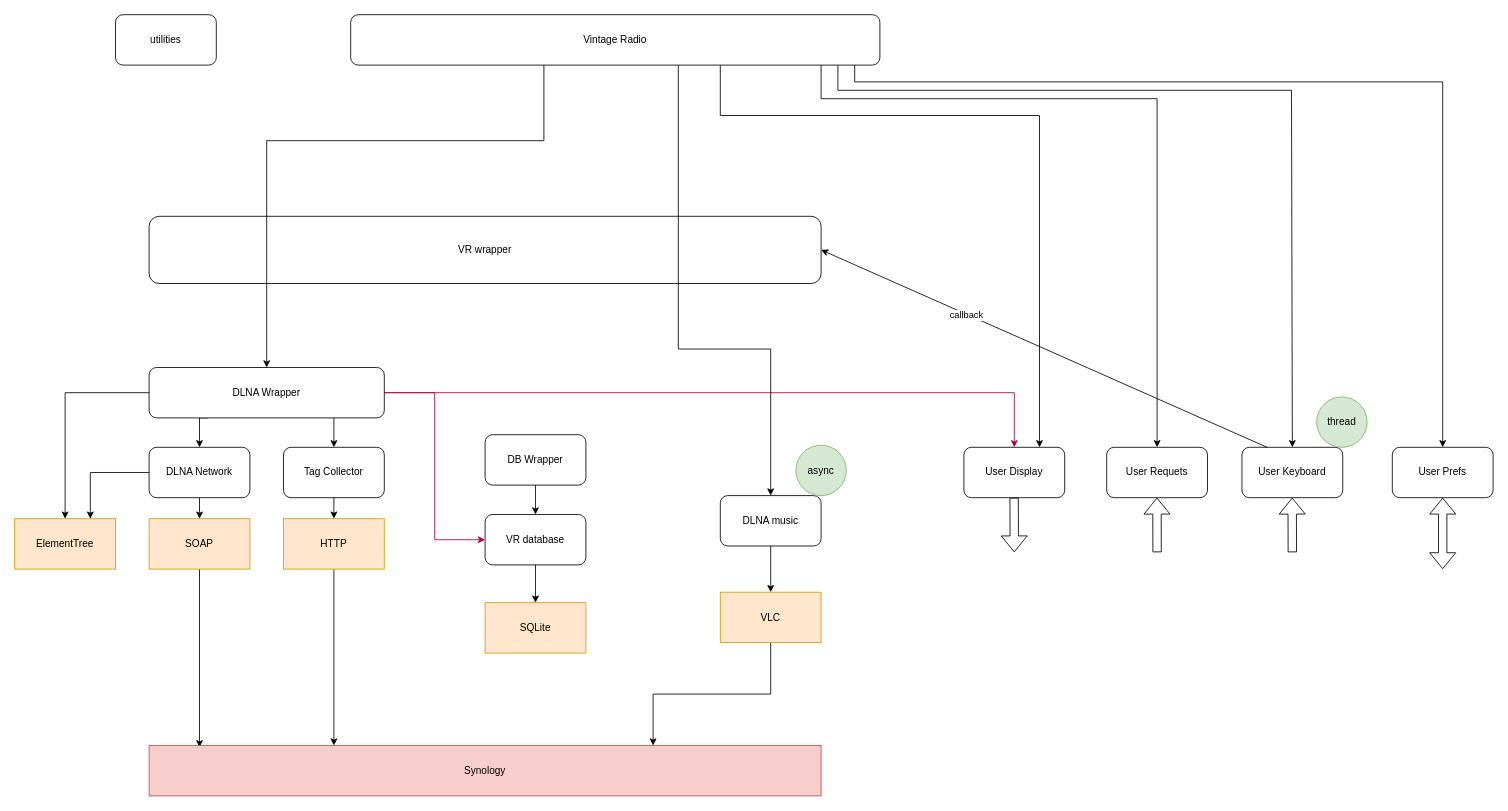
The draw.io diagram docs/classes.drawio in Sphinkie/VintageRadio, before the edit. Source tidied: cells renumbered, new cells numbered last; positions are measured from the earlier drawing's top-left corner, leaving out a move shared by most shapes. Both pictures are drawn from the tidied source at 84%, with x=0, y=0 at pixel (14, 14).
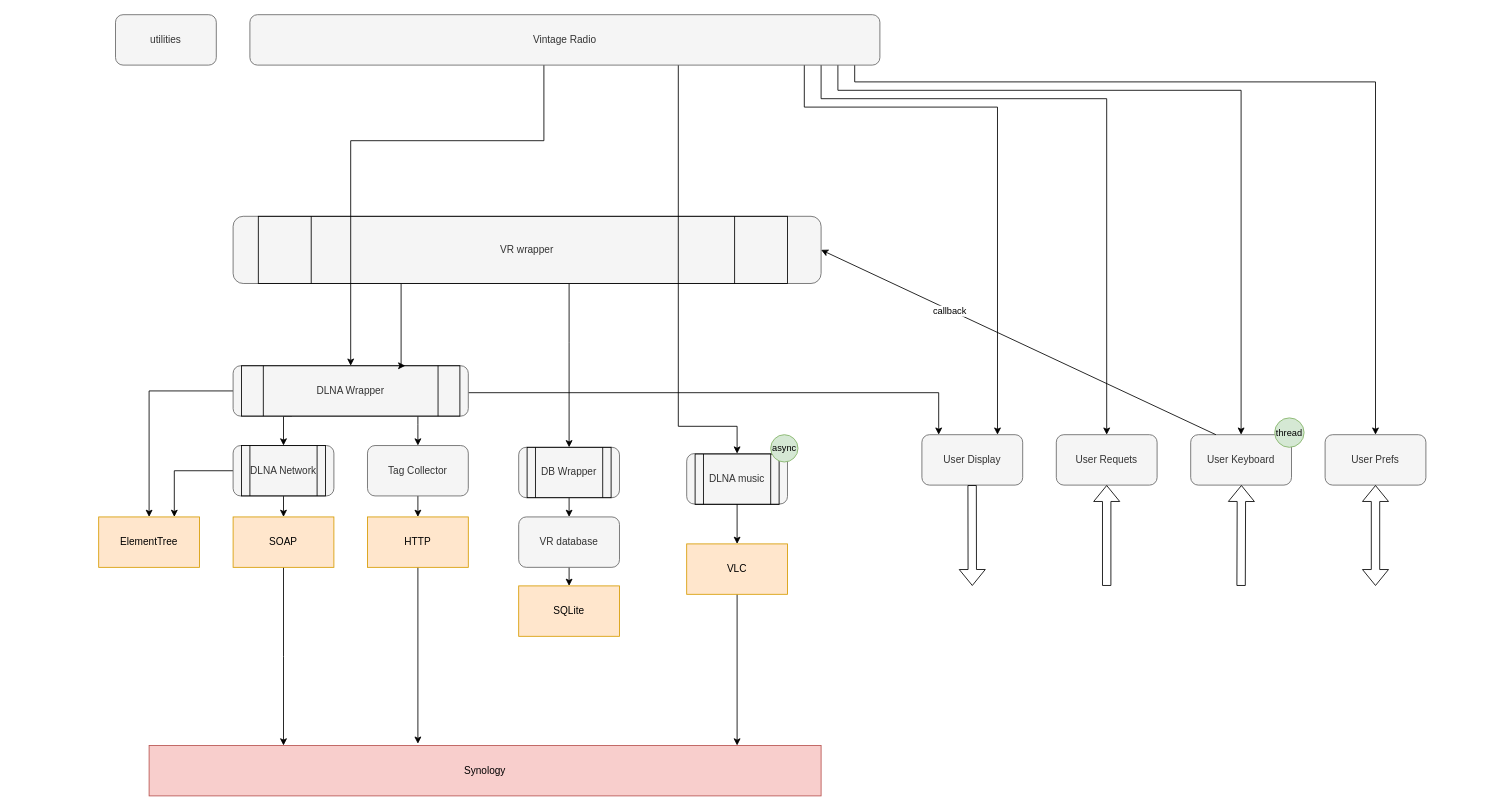
The same diagram, later.

The change refers to these unchanged cells:
```xml
<mxCell id="12" value="Synology" style="rounded=0;whiteSpace=wrap;html=1;fillColor=#f8cecc;strokeColor=#b85450;" parent="1" vertex="1">
  <mxGeometry x="160" y="870" width="800" height="60" as="geometry" />
</mxCell>
```

The edit, as a diff of the source:
```diff
@@
-    <mxCell id="2" value="utilities" style="rounded=1;whiteSpace=wrap;html=1;" parent="1" vertex="1">
+    <mxCell id="2" value="utilities" style="rounded=1;whiteSpace=wrap;html=1;fillColor=#f5f5f5;fontColor=#333333;strokeColor=#666666;" parent="1" vertex="1">
       <mxGeometry x="120" width="120" height="60" as="geometry" />
     </mxCell>
@@
-    <mxCell id="4" value="VR database" style="rounded=1;whiteSpace=wrap;html=1;" parent="1" vertex="1">
-      <mxGeometry x="560" y="595" width="120" height="60" as="geometry" />
+    <mxCell id="4" value="VR database" style="rounded=1;whiteSpace=wrap;html=1;fillColor=#f5f5f5;fontColor=#333333;strokeColor=#666666;" parent="1" vertex="1">
+      <mxGeometry x="600" y="597.9" width="120" height="60" as="geometry" />
     </mxCell>
-    <mxCell id="5" value="User Requets" style="rounded=1;whiteSpace=wrap;html=1;" parent="1" vertex="1">
-      <mxGeometry x="1300" y="515" width="120" height="60" as="geometry" />
+    <mxCell id="5" value="User Requets" style="rounded=1;whiteSpace=wrap;html=1;fillColor=#f5f5f5;fontColor=#333333;strokeColor=#666666;" parent="1" vertex="1">
+      <mxGeometry x="1240" y="500" width="120" height="60" as="geometry" />
     </mxCell>
     <mxCell id="6" value="SQLite" style="rounded=0;whiteSpace=wrap;html=1;fillColor=#ffe6cc;strokeColor=#d79b00;" parent="1" vertex="1">
-      <mxGeometry x="560" y="700" width="120" height="60" as="geometry" />
+      <mxGeometry x="600" y="680" width="120" height="60" as="geometry" />
     </mxCell>
@@
-    <mxCell id="9" value="DLNA Network" style="rounded=1;whiteSpace=wrap;html=1;" parent="1" vertex="1">
-      <mxGeometry x="160" y="515" width="120" height="60" as="geometry" />
+    <mxCell id="9" value="DLNA Network" style="rounded=1;whiteSpace=wrap;html=1;fillColor=#f5f5f5;fontColor=#333333;strokeColor=#666666;" parent="1" vertex="1">
+      <mxGeometry x="260" y="512.9" width="120" height="60" as="geometry" />
     </mxCell>
-    <mxCell id="10" style="edgeStyle=orthogonalEdgeStyle;rounded=0;jettySize=auto;html=1;exitX=0.5;exitY=1;exitDx=0;exitDy=0;entryX=0.075;entryY=0.035;entryDx=0;entryDy=0;entryPerimeter=0;" parent="1" edge="1" source="11" target="12">
-      <mxGeometry relative="1" as="geometry" />
+    <mxCell id="10" style="edgeStyle=orthogonalEdgeStyle;rounded=0;jettySize=auto;html=1;exitX=0.5;exitY=1;exitDx=0;exitDy=0;entryX=0.075;entryY=0.035;entryDx=0;entryDy=0;entryPerimeter=0;" parent="1" edge="1" source="11">
+      <mxGeometry relative="1" as="geometry">
+        <mxPoint x="320" y="870" as="targetPoint" />
+      </mxGeometry>
     </mxCell>
     <mxCell id="11" value="SOAP" style="rounded=0;whiteSpace=wrap;html=1;fillColor=#ffe6cc;strokeColor=#d79b00;" parent="1" vertex="1">
-      <mxGeometry x="160" y="600" width="120" height="60" as="geometry" />
+      <mxGeometry x="260" y="597.9" width="120" height="60" as="geometry" />
     </mxCell>
@@
     <mxCell id="14" style="edgeStyle=orthogonalEdgeStyle;rounded=0;jettySize=auto;html=1;entryX=0.5;entryY=0;entryDx=0;entryDy=0;" parent="1" edge="1" source="18" target="35">
       <mxGeometry relative="1" as="geometry">
         <Array as="points">
-          <mxPoint x="380" y="490" />
-          <mxPoint x="380" y="490" />
+          <mxPoint x="480" y="487.9" />
+          <mxPoint x="480" y="487.9" />
         </Array>
       </mxGeometry>
     </mxCell>
-    <mxCell id="15" style="edgeStyle=orthogonalEdgeStyle;rounded=0;jettySize=auto;html=1;fillColor=#d80073;strokeColor=#A50040;" parent="1" edge="1" source="18" target="19">
+    <mxCell id="15" style="edgeStyle=orthogonalEdgeStyle;rounded=0;jettySize=auto;html=1;fillColor=#d80073;strokeColor=#000000;" parent="1" edge="1" source="18" target="19">
       <mxGeometry relative="1" as="geometry">
         <Array as="points">
-          <mxPoint x="1190" y="450" />
+          <mxPoint x="1100" y="450" />
         </Array>
       </mxGeometry>
     </mxCell>
-    <mxCell id="16" style="edgeStyle=orthogonalEdgeStyle;rounded=0;jettySize=auto;html=1;entryX=0;entryY=0.5;entryDx=0;entryDy=0;fillColor=#d80073;strokeColor=#A50040;" parent="1" edge="1" source="18" target="4">
-      <mxGeometry relative="1" as="geometry" />
-    </mxCell>
@@
-    <mxCell id="18" value="DLNA Wrapper" style="rounded=1;whiteSpace=wrap;html=1;" parent="1" vertex="1">
-      <mxGeometry x="160" y="420" width="280" height="60" as="geometry" />
+    <mxCell id="18" value="DLNA Wrapper" style="rounded=1;whiteSpace=wrap;html=1;fillColor=#f5f5f5;fontColor=#333333;strokeColor=#666666;" parent="1" vertex="1">
+      <mxGeometry x="260" y="417.9" width="280" height="60" as="geometry" />
     </mxCell>
-    <mxCell id="19" value="User Display" style="rounded=1;whiteSpace=wrap;html=1;" parent="1" vertex="1">
-      <mxGeometry x="1130" y="515" width="120" height="60" as="geometry" />
+    <mxCell id="19" value="User Display" style="rounded=1;whiteSpace=wrap;html=1;fillColor=#f5f5f5;fontColor=#333333;strokeColor=#666666;" parent="1" vertex="1">
+      <mxGeometry x="1080" y="500" width="120" height="60" as="geometry" />
     </mxCell>
     <mxCell id="20" style="shape=flexArrow;endArrow=classic;html=1;rounded=0;" parent="1" edge="1">
       <mxGeometry relative="1" as="geometry">
-        <mxPoint x="1189.8" y="575" as="sourcePoint" />
-        <mxPoint x="1190" y="640" as="targetPoint" />
+        <mxPoint x="1139.8" y="560" as="sourcePoint" />
+        <mxPoint x="1140" y="680" as="targetPoint" />
       </mxGeometry>
     </mxCell>
     <mxCell id="21" style="shape=flexArrow;endArrow=classic;html=1;rounded=0;" parent="1" edge="1">
       <mxGeometry relative="1" as="geometry">
-        <mxPoint x="1360" y="640" as="sourcePoint" />
-        <mxPoint x="1359.8" y="575" as="targetPoint" />
+        <mxPoint x="1300" y="680" as="sourcePoint" />
+        <mxPoint x="1300" y="560" as="targetPoint" />
       </mxGeometry>
     </mxCell>
-    <mxCell id="22" value="User Keyboard" style="rounded=1;whiteSpace=wrap;html=1;" parent="1" vertex="1">
-      <mxGeometry x="1461" y="515" width="120" height="60" as="geometry" />
+    <mxCell id="22" value="User Keyboard" style="rounded=1;whiteSpace=wrap;html=1;fillColor=#f5f5f5;fontColor=#333333;strokeColor=#666666;" parent="1" vertex="1">
+      <mxGeometry x="1400" y="500" width="120" height="60" as="geometry" />
     </mxCell>
     <mxCell id="23" style="shape=flexArrow;endArrow=classic;html=1;rounded=0;" parent="1" edge="1">
       <mxGeometry relative="1" as="geometry">
-        <mxPoint x="1521" y="640" as="sourcePoint" />
-        <mxPoint x="1520.8" y="575" as="targetPoint" />
+        <mxPoint x="1460" y="680" as="sourcePoint" />
+        <mxPoint x="1460.4" y="560" as="targetPoint" />
       </mxGeometry>
     </mxCell>
@@
-    <mxCell id="25" value="DB Wrapper" style="rounded=1;whiteSpace=wrap;html=1;" parent="1" vertex="1">
-      <mxGeometry x="560" y="500" width="120" height="60" as="geometry" />
+    <mxCell id="25" value="DB Wrapper" style="rounded=1;whiteSpace=wrap;html=1;fillColor=#f5f5f5;fontColor=#333333;strokeColor=#666666;" parent="1" vertex="1">
+      <mxGeometry x="600" y="515" width="120" height="60" as="geometry" />
     </mxCell>
+    <mxCell id="49" style="edgeStyle=orthogonalEdgeStyle;rounded=0;jettySize=auto;html=1;entryX=0.5;entryY=0;entryDx=0;entryDy=0;" parent="1" edge="1" target="54">
+      <mxGeometry relative="1" as="geometry">
+        <mxPoint x="660" y="320" as="sourcePoint" />
+        <Array as="points">
+          <mxPoint x="660" y="390" />
+          <mxPoint x="660" y="390" />
+        </Array>
+      </mxGeometry>
+    </mxCell>
+    <mxCell id="50" style="edgeStyle=orthogonalEdgeStyle;rounded=0;jettySize=auto;html=1;entryX=0.75;entryY=0;entryDx=0;entryDy=0;" parent="1" edge="1" source="26" target="51">
+      <mxGeometry relative="1" as="geometry">
+        <Array as="points">
+          <mxPoint x="460" y="418" />
+        </Array>
+      </mxGeometry>
+    </mxCell>
-    <mxCell id="26" value="VR wrapper" style="rounded=1;whiteSpace=wrap;html=1;" parent="1" vertex="1">
-      <mxGeometry x="160" y="240" width="800" height="80" as="geometry" />
+    <mxCell id="26" value="VR wrapper" style="rounded=1;whiteSpace=wrap;html=1;fillColor=#f5f5f5;fontColor=#333333;strokeColor=#666666;" parent="1" vertex="1">
+      <mxGeometry x="260" y="240" width="700" height="80" as="geometry" />
     </mxCell>
     <mxCell id="27" style="edgeStyle=orthogonalEdgeStyle;rounded=0;jettySize=auto;html=1;entryX=0.5;entryY=0;entryDx=0;entryDy=0;" parent="1" edge="1" source="33" target="39">
       <mxGeometry relative="1" as="geometry">
         <Array as="points">
-          <mxPoint x="790" y="398" />
-          <mxPoint x="900" y="398" />
+          <mxPoint x="790" y="490" />
+          <mxPoint x="860" y="490" />
         </Array>
       </mxGeometry>
     </mxCell>
     <mxCell id="28" style="edgeStyle=orthogonalEdgeStyle;rounded=0;jettySize=auto;html=1;entryX=0.5;entryY=0;entryDx=0;entryDy=0;" parent="1" edge="1" source="33" target="18">
       <mxGeometry relative="1" as="geometry">
         <Array as="points">
           <mxPoint x="630" y="150" />
-          <mxPoint x="300" y="150" />
+          <mxPoint x="400" y="150" />
         </Array>
       </mxGeometry>
     </mxCell>
     <mxCell id="29" style="edgeStyle=orthogonalEdgeStyle;rounded=0;jettySize=auto;html=1;entryX=0.75;entryY=0;entryDx=0;entryDy=0;" parent="1" edge="1" source="33" target="19">
       <mxGeometry relative="1" as="geometry">
         <Array as="points">
-          <mxPoint x="840" y="120" />
-          <mxPoint x="1220" y="120" />
+          <mxPoint x="940" y="110" />
+          <mxPoint x="1170" y="110" />
         </Array>
       </mxGeometry>
     </mxCell>
     <mxCell id="30" style="edgeStyle=orthogonalEdgeStyle;rounded=0;jettySize=auto;html=1;entryX=0.5;entryY=0;entryDx=0;entryDy=0;" parent="1" edge="1" source="33" target="5">
       <mxGeometry relative="1" as="geometry">
         <Array as="points">
           <mxPoint x="960" y="100" />
-          <mxPoint x="1360" y="100" />
+          <mxPoint x="1300" y="100" />
         </Array>
       </mxGeometry>
     </mxCell>
     <mxCell id="31" style="edgeStyle=orthogonalEdgeStyle;rounded=0;jettySize=auto;html=1;entryX=0.5;entryY=0;entryDx=0;entryDy=0;" parent="1" edge="1" source="33" target="47">
       <mxGeometry relative="1" as="geometry">
         <Array as="points">
           <mxPoint x="1000" y="80" />
-          <mxPoint x="1700" y="80" />
+          <mxPoint x="1620" y="80" />
         </Array>
       </mxGeometry>
     </mxCell>
     <mxCell id="32" style="edgeStyle=orthogonalEdgeStyle;rounded=0;jettySize=auto;html=1;entryX=0.5;entryY=0;entryDx=0;entryDy=0;" parent="1" edge="1" source="33" target="22">
       <mxGeometry relative="1" as="geometry">
         <Array as="points">
           <mxPoint x="980" y="90" />
-          <mxPoint x="1520" y="90" />
-          <mxPoint x="1520" y="515" />
+          <mxPoint x="1460" y="90" />
         </Array>
       </mxGeometry>
     </mxCell>
-    <mxCell id="33" value="Vintage Radio" style="rounded=1;whiteSpace=wrap;html=1;" parent="1" vertex="1">
-      <mxGeometry x="400" width="630" height="60" as="geometry" />
+    <mxCell id="33" value="Vintage Radio" style="rounded=1;whiteSpace=wrap;html=1;fillColor=#f5f5f5;fontColor=#333333;strokeColor=#666666;" parent="1" vertex="1">
+      <mxGeometry x="280" width="750" height="60" as="geometry" />
     </mxCell>
@@
-    <mxCell id="35" value="Tag Collector" style="rounded=1;whiteSpace=wrap;html=1;" parent="1" vertex="1">
-      <mxGeometry x="320" y="515" width="120" height="60" as="geometry" />
+    <mxCell id="35" value="Tag Collector" style="rounded=1;whiteSpace=wrap;html=1;fillColor=#f5f5f5;fontColor=#333333;strokeColor=#666666;" parent="1" vertex="1">
+      <mxGeometry x="420" y="512.9" width="120" height="60" as="geometry" />
     </mxCell>
     <mxCell id="36" style="edgeStyle=orthogonalEdgeStyle;rounded=0;jettySize=auto;html=1;exitX=0.5;exitY=1;exitDx=0;exitDy=0;" parent="1" edge="1" source="37">
       <mxGeometry relative="1" as="geometry">
-        <mxPoint x="380" y="870" as="targetPoint" />
+        <mxPoint x="480" y="867.9" as="targetPoint" />
         <Array as="points">
-          <mxPoint x="380" y="870" />
+          <mxPoint x="480" y="867.9" />
         </Array>
       </mxGeometry>
     </mxCell>
     <mxCell id="37" value="HTTP" style="rounded=0;whiteSpace=wrap;html=1;fillColor=#ffe6cc;strokeColor=#d79b00;" parent="1" vertex="1">
-      <mxGeometry x="320" y="600" width="120" height="60" as="geometry" />
+      <mxGeometry x="420" y="597.9" width="120" height="60" as="geometry" />
     </mxCell>
@@
-    <mxCell id="39" value="DLNA music" style="rounded=1;whiteSpace=wrap;html=1;" parent="1" vertex="1">
-      <mxGeometry x="840" y="572.5" width="120" height="60" as="geometry" />
+    <mxCell id="39" value="DLNA music" style="rounded=1;whiteSpace=wrap;html=1;fillColor=#f5f5f5;fontColor=#333333;strokeColor=#666666;" parent="1" vertex="1">
+      <mxGeometry x="800" y="522.5" width="120" height="60" as="geometry" />
     </mxCell>
-    <mxCell id="40" style="edgeStyle=orthogonalEdgeStyle;rounded=0;jettySize=auto;html=1;entryX=0.75;entryY=0;entryDx=0;entryDy=0;" parent="1" edge="1" source="41" target="12">
-      <mxGeometry relative="1" as="geometry" />
+    <mxCell id="40" style="edgeStyle=orthogonalEdgeStyle;rounded=0;jettySize=auto;html=1;" parent="1" edge="1" source="41">
+      <mxGeometry relative="1" as="geometry">
+        <mxPoint x="860" y="870" as="targetPoint" />
+        <Array as="points">
+          <mxPoint x="860" y="870" />
+        </Array>
+      </mxGeometry>
     </mxCell>
     <mxCell id="41" value="VLC" style="rounded=0;whiteSpace=wrap;html=1;fillColor=#ffe6cc;strokeColor=#d79b00;" parent="1" vertex="1">
-      <mxGeometry x="840" y="687.5" width="120" height="60" as="geometry" />
+      <mxGeometry x="800" y="630" width="120" height="60" as="geometry" />
     </mxCell>
@@
-    <mxCell id="44" value="thread" style="ellipse;whiteSpace=wrap;html=1;fillColor=#d5e8d4;strokeColor=#82b366;" parent="1" vertex="1">
-      <mxGeometry x="1550" y="455" width="60" height="60" as="geometry" />
-    </mxCell>
-    <mxCell id="45" value="async" style="ellipse;whiteSpace=wrap;html=1;fillColor=#d5e8d4;strokeColor=#82b366;" parent="1" vertex="1">
-      <mxGeometry x="930" y="512.5" width="60" height="60" as="geometry" />
-    </mxCell>
     <mxCell id="46" value="ElementTree" style="rounded=0;whiteSpace=wrap;html=1;fillColor=#ffe6cc;strokeColor=#d79b00;" parent="1" vertex="1">
-      <mxGeometry y="600" width="120" height="60" as="geometry" />
+      <mxGeometry x="100" y="597.9" width="120" height="60" as="geometry" />
     </mxCell>
-    <mxCell id="47" value="User Prefs" style="rounded=1;whiteSpace=wrap;html=1;" parent="1" vertex="1">
-      <mxGeometry x="1640" y="515" width="120" height="60" as="geometry" />
+    <mxCell id="47" value="User Prefs" style="rounded=1;whiteSpace=wrap;html=1;fillColor=#f5f5f5;fontColor=#333333;strokeColor=#666666;" parent="1" vertex="1">
+      <mxGeometry x="1560" y="500" width="120" height="60" as="geometry" />
     </mxCell>
     <mxCell id="48" style="shape=flexArrow;endArrow=classic;startArrow=classic;html=1;rounded=0;entryX=0.5;entryY=1;entryDx=0;entryDy=0;" parent="1" edge="1" target="47">
       <mxGeometry relative="1" as="geometry">
-        <mxPoint x="1700" y="660" as="sourcePoint" />
+        <mxPoint x="1620" y="680" as="sourcePoint" />
       </mxGeometry>
     </mxCell>
+    <mxCell id="51" style="shape=process;whiteSpace=wrap;html=1;backgroundOutline=1;fillColor=none;" parent="1" vertex="1">
+      <mxGeometry x="270" y="417.9" width="260" height="60" as="geometry" />
+    </mxCell>
+    <mxCell id="52" style="shape=process;whiteSpace=wrap;html=1;backgroundOutline=1;fillColor=none;" parent="1" vertex="1">
+      <mxGeometry x="270" y="512.9" width="100" height="60" as="geometry" />
+    </mxCell>
+    <mxCell id="53" style="shape=process;whiteSpace=wrap;html=1;backgroundOutline=1;fillColor=none;" parent="1" vertex="1">
+      <mxGeometry x="810" y="523" width="100" height="60" as="geometry" />
+    </mxCell>
+    <mxCell id="54" style="shape=process;whiteSpace=wrap;html=1;backgroundOutline=1;fillColor=none;" parent="1" vertex="1">
+      <mxGeometry x="610" y="515" width="100" height="60" as="geometry" />
+    </mxCell>
+    <mxCell id="55" style="shape=process;whiteSpace=wrap;html=1;backgroundOutline=1;fillColor=none;" parent="1" vertex="1">
+      <mxGeometry x="290" y="240" width="630" height="80" as="geometry" />
+    </mxCell>
+    <mxCell id="45" value="async" style="ellipse;whiteSpace=wrap;html=1;fillColor=#d5e8d4;strokeColor=#82b366;fontSize=11;" parent="1" vertex="1">
+      <mxGeometry x="900" y="500" width="32.5" height="32.5" as="geometry" />
+    </mxCell>
+    <mxCell id="44" value="thread" style="ellipse;whiteSpace=wrap;html=1;fillColor=#d5e8d4;strokeColor=#82b366;fontSize=11;" parent="1" vertex="1">
+      <mxGeometry x="1500" y="480" width="35" height="35" as="geometry" />
+    </mxCell>
```
